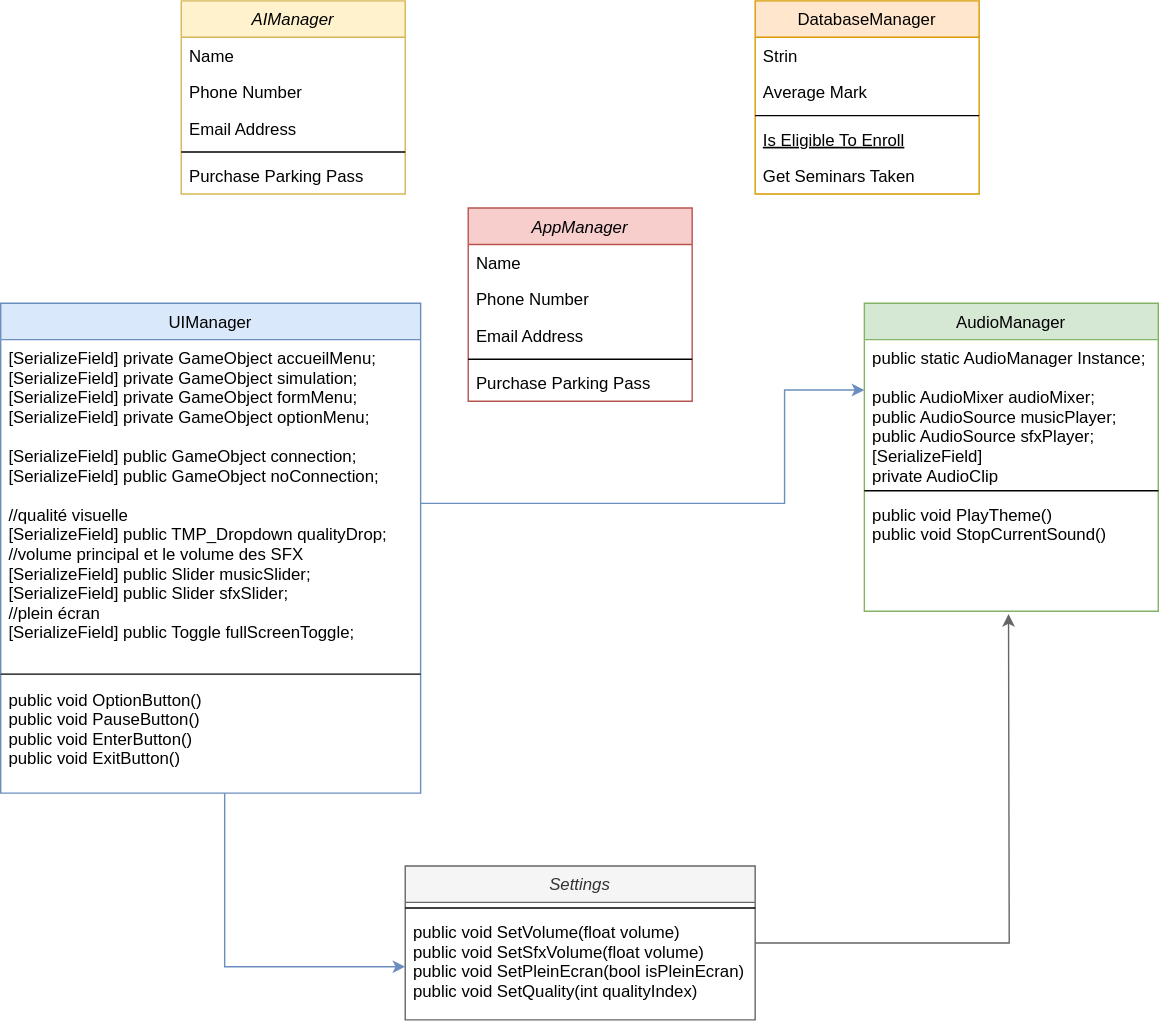
Above: Stage.drawio.svg in Ashura100/ProjetStage (draw.io), before the change. Source tidied: cells renumbered, new cells last; positions are measured from the earlier drawing's top-left corner, leaving out a move shared by most shapes.
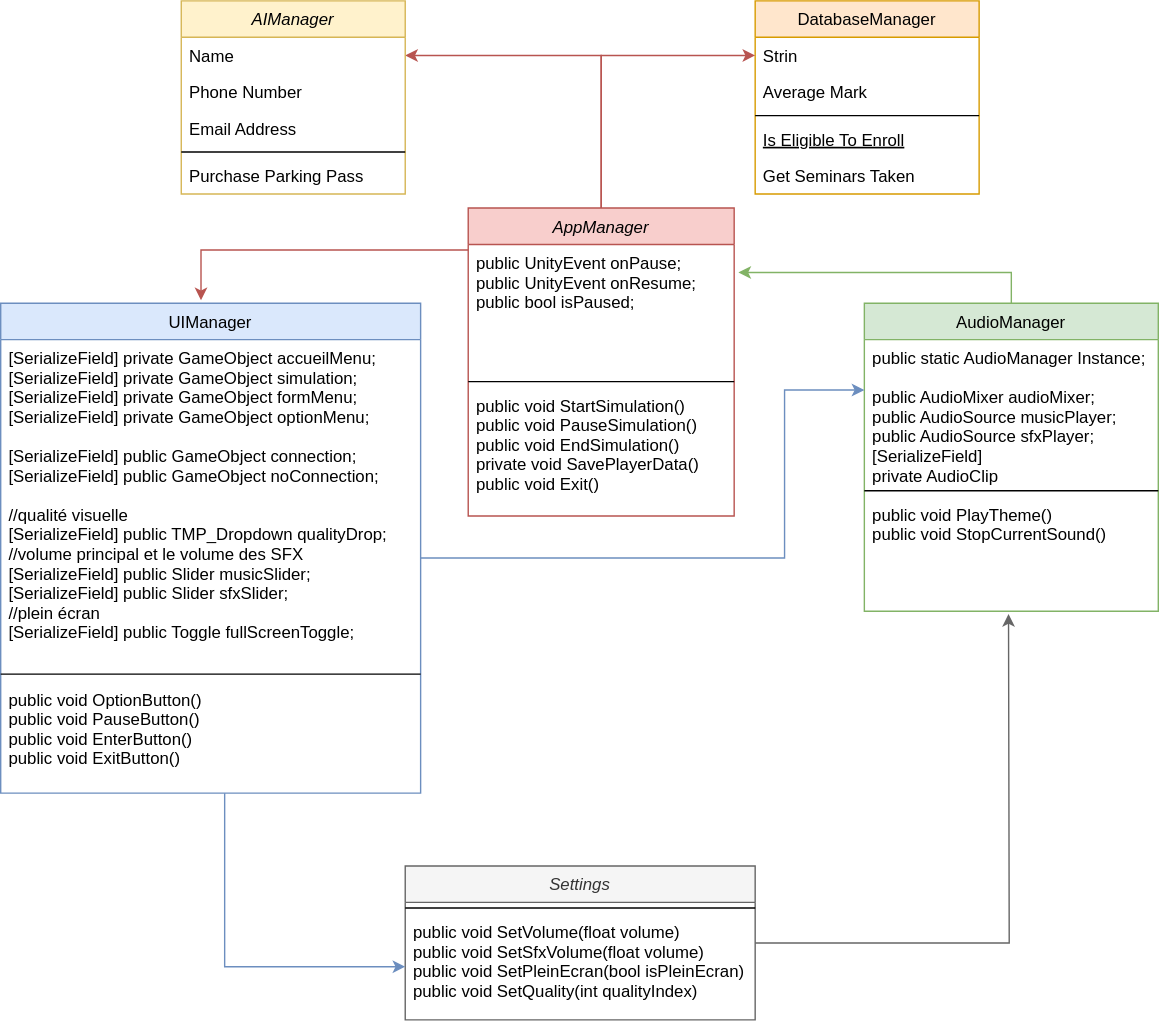
Above is the later version.

Commit message:
Mettre à jour Stage.drawio.svg

What changed in the source:
```diff
@@ -58,23 +58,23 @@
     <mxCell id="19" value="public void PlayTheme()&#10;public void StopCurrentSound()" style="text;align=left;verticalAlign=top;spacingLeft=4;spacingRight=4;overflow=hidden;" parent="16" vertex="1">
       <mxGeometry y="138" width="210" height="82" as="geometry" />
     </mxCell>
+    <mxCell id="34" style="edgeStyle=orthogonalEdgeStyle;rounded=0;jettySize=auto;html=1;entryX=0;entryY=0.5;entryDx=0;entryDy=0;fillColor=#f8cecc;strokeColor=#b85450;" parent="1" edge="1" source="20" target="7">
+      <mxGeometry relative="1" as="geometry" />
+    </mxCell>
+    <mxCell id="35" style="edgeStyle=orthogonalEdgeStyle;rounded=0;jettySize=auto;html=1;fillColor=#f8cecc;strokeColor=#b85450;" parent="1" edge="1" source="20" target="27">
+      <mxGeometry relative="1" as="geometry" />
+    </mxCell>
     <mxCell id="20" value="AppManager" style="swimlane;fontStyle=2;align=center;verticalAlign=top;horizontal=1;startSize=26;rounded=0;shadow=0;strokeWidth=1;fillColor=#f8cecc;strokeColor=#b85450;" parent="1" vertex="1">
-      <mxGeometry x="334" y="148" width="160" height="138" as="geometry" />
+      <mxGeometry x="334" y="148" width="190" height="220" as="geometry" />
     </mxCell>
-    <mxCell id="21" value="Name" style="text;align=left;verticalAlign=top;spacingLeft=4;spacingRight=4;overflow=hidden;points=[[0,0.5],[1,0.5]];portConstraint=eastwest;" parent="20" vertex="1">
-      <mxGeometry y="26" width="160" height="26" as="geometry" />
+    <mxCell id="21" value="public UnityEvent onPause;&#10;public UnityEvent onResume;&#10;public bool isPaused;" style="text;align=left;verticalAlign=top;spacingLeft=4;spacingRight=4;overflow=hidden;points=[[0,0.5],[1,0.5]];portConstraint=eastwest;" parent="20" vertex="1">
+      <mxGeometry y="26" width="190" height="94" as="geometry" />
     </mxCell>
-    <mxCell id="22" value="Phone Number" style="text;align=left;verticalAlign=top;spacingLeft=4;spacingRight=4;overflow=hidden;rounded=0;shadow=0;html=0;" parent="20" vertex="1">
-      <mxGeometry y="52" width="160" height="26" as="geometry" />
-    </mxCell>
-    <mxCell id="23" value="Email Address" style="text;align=left;verticalAlign=top;spacingLeft=4;spacingRight=4;overflow=hidden;rounded=0;shadow=0;html=0;" parent="20" vertex="1">
-      <mxGeometry y="78" width="160" height="26" as="geometry" />
-    </mxCell>
     <mxCell id="24" style="line;html=1;strokeWidth=1;align=left;verticalAlign=middle;spacingTop=-1;spacingLeft=3;spacingRight=3;labelPosition=right;" parent="20" vertex="1">
-      <mxGeometry y="104" width="160" height="8" as="geometry" />
+      <mxGeometry y="120" width="190" height="8" as="geometry" />
     </mxCell>
-    <mxCell id="25" value="Purchase Parking Pass" style="text;align=left;verticalAlign=top;spacingLeft=4;spacingRight=4;overflow=hidden;" parent="20" vertex="1">
-      <mxGeometry y="112" width="160" height="26" as="geometry" />
+    <mxCell id="25" value="public void StartSimulation()&#10;public void PauseSimulation()&#10;public void EndSimulation()&#10;private void SavePlayerData()&#10;public void Exit()" style="text;align=left;verticalAlign=top;spacingLeft=4;spacingRight=4;overflow=hidden;" parent="20" vertex="1">
+      <mxGeometry y="128" width="190" height="92" as="geometry" />
     </mxCell>
     <mxCell id="26" value="AIManager" style="swimlane;fontStyle=2;align=center;verticalAlign=top;horizontal=1;startSize=26;rounded=0;shadow=0;strokeWidth=1;fillColor=#fff2cc;strokeColor=#d6b656;" parent="1" vertex="1">
       <mxGeometry x="129" width="160" height="138" as="geometry" />
@@ -97,7 +97,7 @@
     <mxCell id="32" style="edgeStyle=orthogonalEdgeStyle;rounded=0;jettySize=auto;html=1;fillColor=#dae8fc;strokeColor=#6c8ebf;" parent="1" edge="1" source="13" target="17">
       <mxGeometry relative="1" as="geometry">
         <Array as="points">
-          <mxPoint x="560" y="359" />
+          <mxPoint x="560" y="398" />
           <mxPoint x="560" y="278" />
         </Array>
       </mxGeometry>
@@ -109,5 +109,19 @@
         </Array>
       </mxGeometry>
     </mxCell>
+    <mxCell id="36" style="edgeStyle=orthogonalEdgeStyle;rounded=0;jettySize=auto;html=1;entryX=1.016;entryY=0.213;entryDx=0;entryDy=0;entryPerimeter=0;fillColor=#d5e8d4;strokeColor=#82b366;" parent="1" edge="1" source="16" target="21">
+      <mxGeometry relative="1" as="geometry">
+        <Array as="points">
+          <mxPoint x="722" y="194" />
+        </Array>
+      </mxGeometry>
+    </mxCell>
+    <mxCell id="37" style="edgeStyle=orthogonalEdgeStyle;rounded=0;jettySize=auto;html=1;entryX=0.477;entryY=-0.006;entryDx=0;entryDy=0;entryPerimeter=0;fillColor=#f8cecc;strokeColor=#b85450;" parent="1" edge="1" source="21" target="12">
+      <mxGeometry relative="1" as="geometry">
+        <Array as="points">
+          <mxPoint x="143" y="178" />
+        </Array>
+      </mxGeometry>
+    </mxCell>
   </root>
 </mxGraphModel>
```
